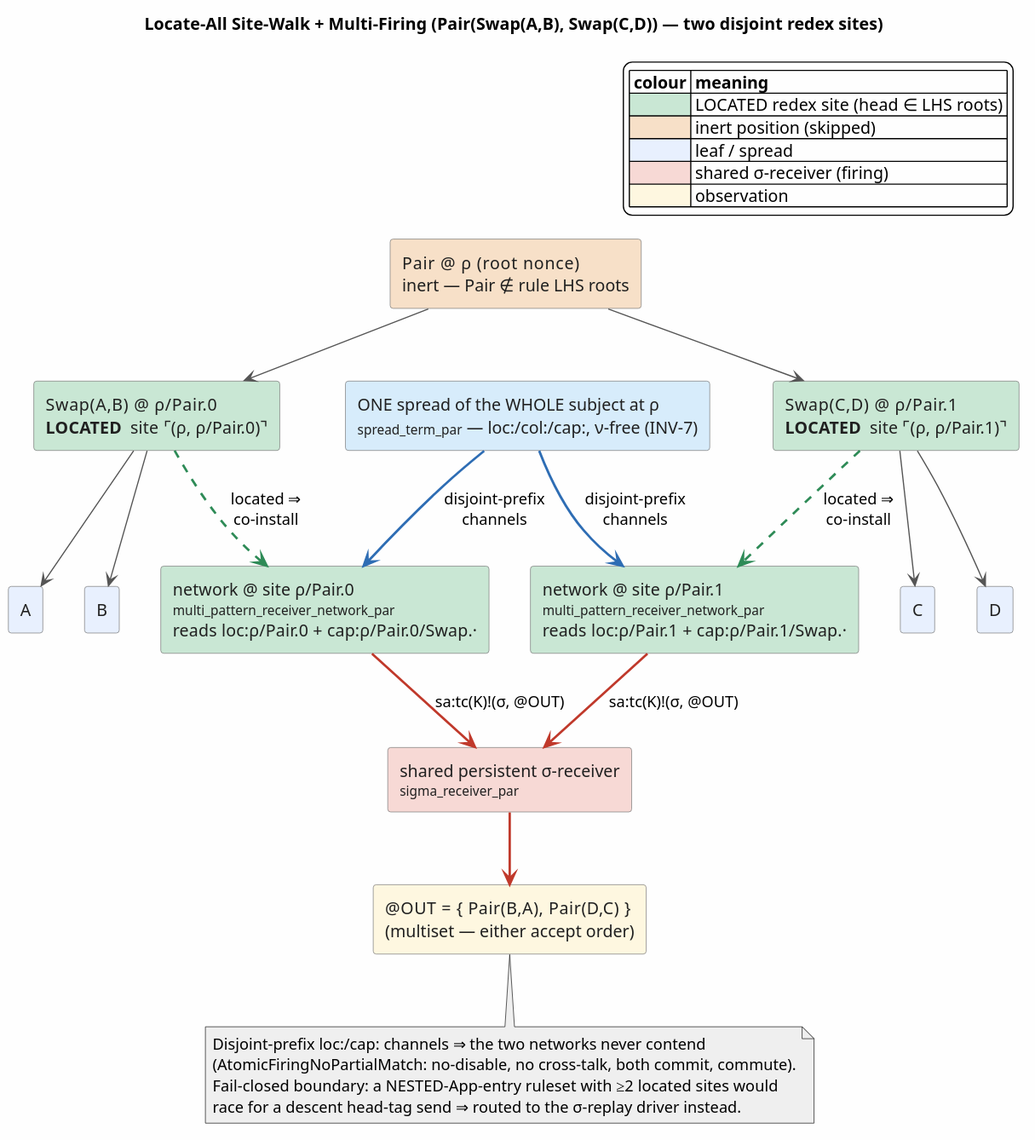
F1R3FLY-io/mettail-rust keeps this PlantUML diagram as docs/architecture/rho-native-integration/figures/in-rho-base-matching-locate-all.svg. Above is the earlier version.
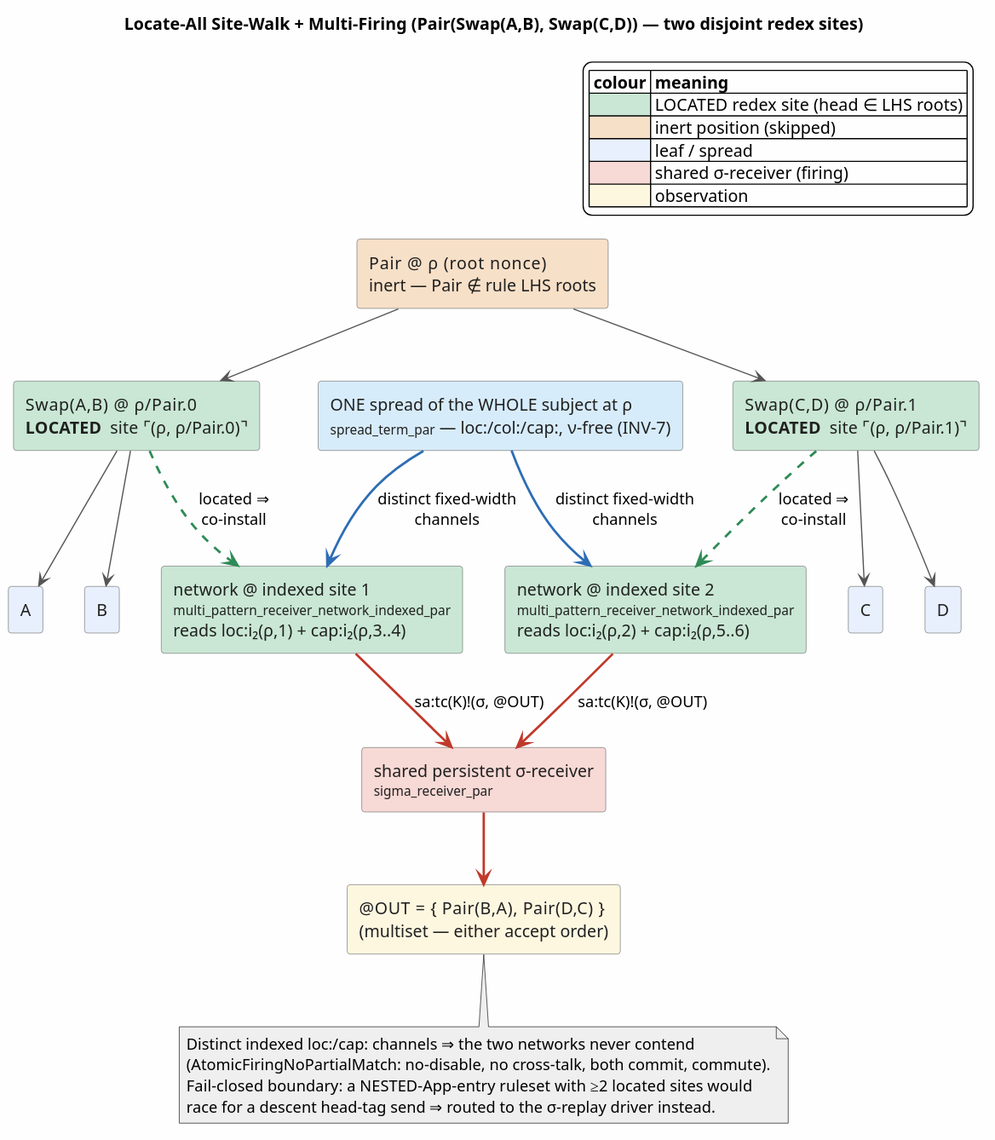
Later version of the same file.

The edit, as a diff of the source:
```diff
@@ -36,13 +36,13 @@
 S1 --> LD
 
 rectangle "ONE spread of the WHOLE subject at ρ\n<size:11>spread_term_par</size> — loc:/col:/cap:, ν-free (INV-7)" as SPREAD #D7ECFB
-rectangle "network @ site ρ/Pair.0\n<size:11>multi_pattern_receiver_network_par</size>\nreads loc:ρ/Pair.0 + cap:ρ/Pair.0/Swap.·" as N0 #C9E7D4
-rectangle "network @ site ρ/Pair.1\n<size:11>multi_pattern_receiver_network_par</size>\nreads loc:ρ/Pair.1 + cap:ρ/Pair.1/Swap.·" as N1 #C9E7D4
+rectangle "network @ indexed site 1\n<size:11>multi_pattern_receiver_network_indexed_par</size>\nreads loc:i₂(ρ,1) + cap:i₂(ρ,3..4)" as N0 #C9E7D4
+rectangle "network @ indexed site 2\n<size:11>multi_pattern_receiver_network_indexed_par</size>\nreads loc:i₂(ρ,2) + cap:i₂(ρ,5..6)" as N1 #C9E7D4
 rectangle "shared persistent σ-receiver\n<size:11>sigma_receiver_par</size>" as SIG #F7D9D5
 rectangle "@OUT  =  { Pair(B,A),  Pair(D,C) }\n(multiset — either accept order)" as OUT #FEF7E0
 
-SPREAD -[#2E6DB4,thickness=2]-> N0 : disjoint-prefix\nchannels
-SPREAD -[#2E6DB4,thickness=2]-> N1 : disjoint-prefix\nchannels
+SPREAD -[#2E6DB4,thickness=2]-> N0 : distinct fixed-width\nchannels
+SPREAD -[#2E6DB4,thickness=2]-> N1 : distinct fixed-width\nchannels
 S0 .[#2E8B57,thickness=2].> N0 : located ⇒\nco-install
 S1 .[#2E8B57,thickness=2].> N1 : located ⇒\nco-install
 N0 -[#C0392B,thickness=2]-> SIG : sa:tc(K)!(σ, @OUT)
@@ -50,7 +50,7 @@
 SIG -[#C0392B,thickness=2]-> OUT
 
 note bottom of OUT #EFEFEF
-  Disjoint-prefix loc:/cap: channels ⇒ the two networks never contend
+  Distinct indexed loc:/cap: channels ⇒ the two networks never contend
   (AtomicFiringNoPartialMatch: no-disable, no cross-talk, both commit, commute).
   Fail-closed boundary: a NESTED-App-entry ruleset with ≥2 located sites would
   race for a descent head-tag send ⇒ routed to the σ-replay driver instead.
```
